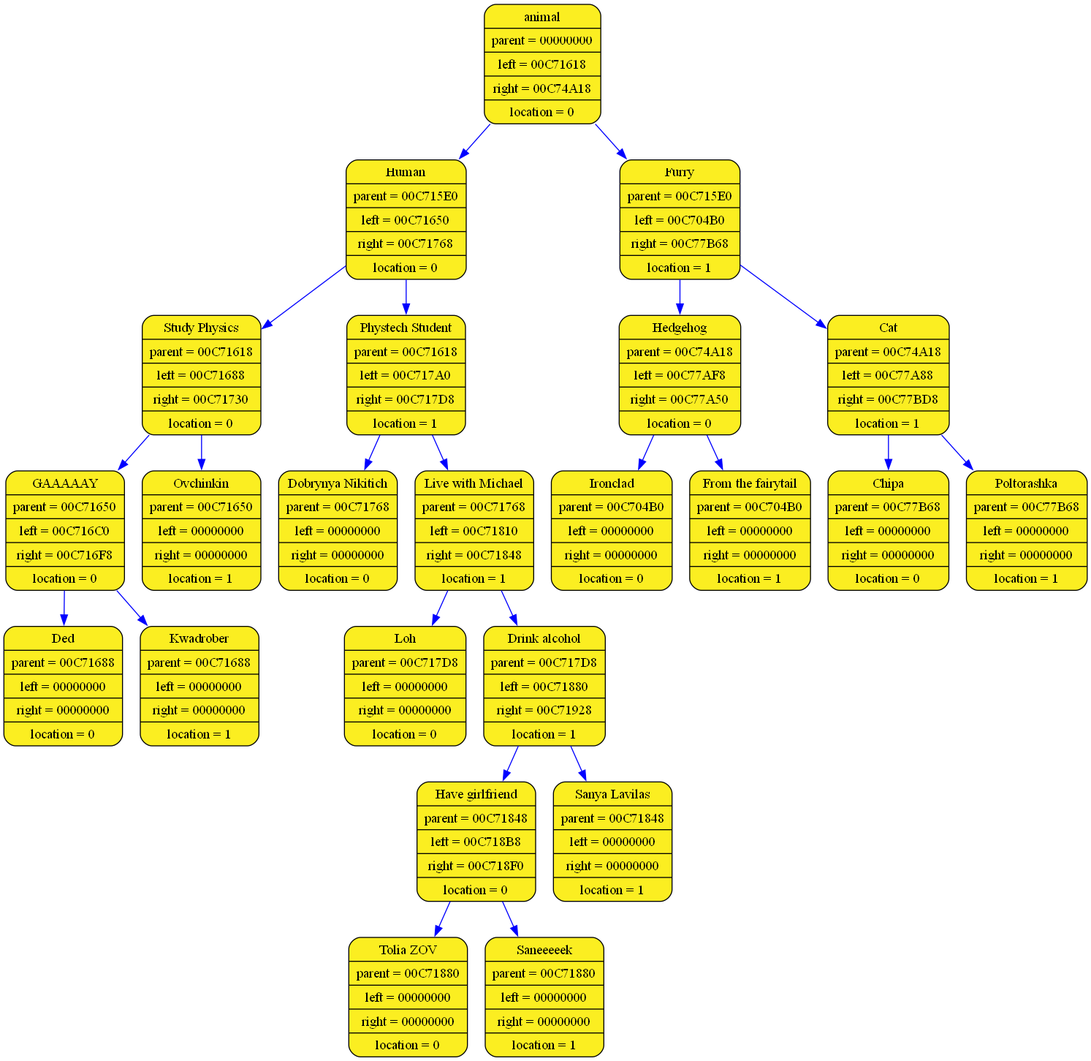
Earlier version of the Graphviz export log_folder_acinator/acinator_graph.png (aywert/ACINATOR). Its source is kept beside it as log_folder_acinator/acinator_graph.dot.
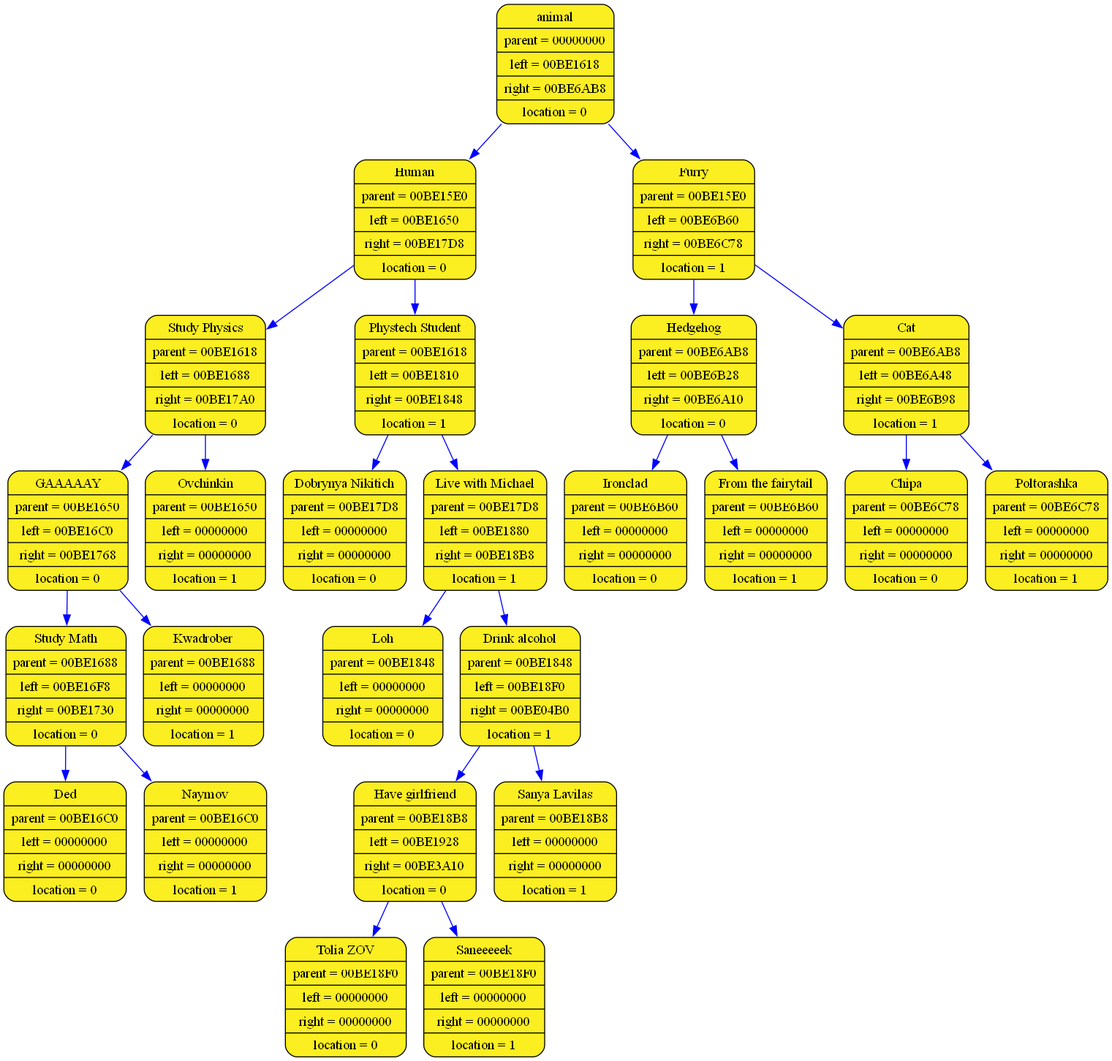
Later version of the same file.

Commit message:
Debugging of some features is done Acinator now works inn the regym of cycle and user can endlessly play with it

The edit, as a diff of the source:
```diff
@@ -1,49 +1,53 @@
 digraph list
 {
 rankdir=HR;
-	13047268 [shape = Mrecord; style = filled; fillcolor="#FBEE21"; color = "#000000"; fontcolor = "#000000"; label = "{ animal| parent = 00000000| left = 00C71618| right = 00C74A18| location = 0}"];
-	13047324 [shape = Mrecord; style = filled; fillcolor="#FBEE21"; color = "#000000"; fontcolor = "#000000"; label = "{ Human| parent = 00C715E0| left = 00C71650| right = 00C71768| location = 0}"];
-	13047268 -> 13047324 [color="blue"]
-	13047380 [shape = Mrecord; style = filled; fillcolor="#FBEE21"; color = "#000000"; fontcolor = "#000000"; label = "{ Study Physics| parent = 00C71618| left = 00C71688| right = 00C71730| location = 0}"];
-	13047324 -> 13047380 [color="blue"]
-	13047436 [shape = Mrecord; style = filled; fillcolor="#FBEE21"; color = "#000000"; fontcolor = "#000000"; label = "{ GAAAAAY| parent = 00C71650| left = 00C716C0| right = 00C716F8| location = 0}"];
-	13047380 -> 13047436 [color="blue"]
-	13047492 [shape = Mrecord; style = filled; fillcolor="#FBEE21"; color = "#000000"; fontcolor = "#000000"; label = "{ Ded| parent = 00C71688| left = 00000000| right = 00000000| location = 0}"];
-	13047436 -> 13047492 [color="blue"]
-	13047548 [shape = Mrecord; style = filled; fillcolor="#FBEE21"; color = "#000000"; fontcolor = "#000000"; label = "{ Kwadrober| parent = 00C71688| left = 00000000| right = 00000000| location = 1}"];
-	13047436 -> 13047548 [color="blue"]
-	13047604 [shape = Mrecord; style = filled; fillcolor="#FBEE21"; color = "#000000"; fontcolor = "#000000"; label = "{ Ovchinkin| parent = 00C71650| left = 00000000| right = 00000000| location = 1}"];
-	13047380 -> 13047604 [color="blue"]
-	13047660 [shape = Mrecord; style = filled; fillcolor="#FBEE21"; color = "#000000"; fontcolor = "#000000"; label = "{ Phystech Student| parent = 00C71618| left = 00C717A0| right = 00C717D8| location = 1}"];
-	13047324 -> 13047660 [color="blue"]
-	13047716 [shape = Mrecord; style = filled; fillcolor="#FBEE21"; color = "#000000"; fontcolor = "#000000"; label = "{ Dobrynya Nikitich| parent = 00C71768| left = 00000000| right = 00000000| location = 0}"];
-	13047660 -> 13047716 [color="blue"]
-	13047772 [shape = Mrecord; style = filled; fillcolor="#FBEE21"; color = "#000000"; fontcolor = "#000000"; label = "{ Live with Michael| parent = 00C71768| left = 00C71810| right = 00C71848| location = 1}"];
-	13047660 -> 13047772 [color="blue"]
-	13047828 [shape = Mrecord; style = filled; fillcolor="#FBEE21"; color = "#000000"; fontcolor = "#000000"; label = "{ Loh| parent = 00C717D8| left = 00000000| right = 00000000| location = 0}"];
-	13047772 -> 13047828 [color="blue"]
-	13047884 [shape = Mrecord; style = filled; fillcolor="#FBEE21"; color = "#000000"; fontcolor = "#000000"; label = "{ Drink alcohol| parent = 00C717D8| left = 00C71880| right = 00C71928| location = 1}"];
-	13047772 -> 13047884 [color="blue"]
-	13047940 [shape = Mrecord; style = filled; fillcolor="#FBEE21"; color = "#000000"; fontcolor = "#000000"; label = "{ Have girlfriend| parent = 00C71848| left = 00C718B8| right = 00C718F0| location = 0}"];
-	13047884 -> 13047940 [color="blue"]
-	13047996 [shape = Mrecord; style = filled; fillcolor="#FBEE21"; color = "#000000"; fontcolor = "#000000"; label = "{ Tolia ZOV| parent = 00C71880| left = 00000000| right = 00000000| location = 0}"];
-	13047940 -> 13047996 [color="blue"]
-	13048052 [shape = Mrecord; style = filled; fillcolor="#FBEE21"; color = "#000000"; fontcolor = "#000000"; label = "{ Saneeeeek| parent = 00C71880| left = 00000000| right = 00000000| location = 1}"];
-	13047940 -> 13048052 [color="blue"]
-	13048108 [shape = Mrecord; style = filled; fillcolor="#FBEE21"; color = "#000000"; fontcolor = "#000000"; label = "{ Sanya Lavilas| parent = 00C71848| left = 00000000| right = 00000000| location = 1}"];
-	13047884 -> 13048108 [color="blue"]
-	13060636 [shape = Mrecord; style = filled; fillcolor="#FBEE21"; color = "#000000"; fontcolor = "#000000"; label = "{ Furry| parent = 00C715E0| left = 00C704B0| right = 00C77B68| location = 1}"];
-	13047268 -> 13060636 [color="blue"]
-	13042868 [shape = Mrecord; style = filled; fillcolor="#FBEE21"; color = "#000000"; fontcolor = "#000000"; label = "{ Hedgehog| parent = 00C74A18| left = 00C77AF8| right = 00C77A50| location = 0}"];
-	13060636 -> 13042868 [color="blue"]
-	13073148 [shape = Mrecord; style = filled; fillcolor="#FBEE21"; color = "#000000"; fontcolor = "#000000"; label = "{ Ironclad| parent = 00C704B0| left = 00000000| right = 00000000| location = 0}"];
-	13042868 -> 13073148 [color="blue"]
-	13072980 [shape = Mrecord; style = filled; fillcolor="#FBEE21"; color = "#000000"; fontcolor = "#000000"; label = "{ From the fairytail| parent = 00C704B0| left = 00000000| right = 00000000| location = 1}"];
-	13042868 -> 13072980 [color="blue"]
-	13073260 [shape = Mrecord; style = filled; fillcolor="#FBEE21"; color = "#000000"; fontcolor = "#000000"; label = "{ Cat| parent = 00C74A18| left = 00C77A88| right = 00C77BD8| location = 1}"];
-	13060636 -> 13073260 [color="blue"]
-	13073036 [shape = Mrecord; style = filled; fillcolor="#FBEE21"; color = "#000000"; fontcolor = "#000000"; label = "{ Chipa| parent = 00C77B68| left = 00000000| right = 00000000| location = 0}"];
-	13073260 -> 13073036 [color="blue"]
-	13073372 [shape = Mrecord; style = filled; fillcolor="#FBEE21"; color = "#000000"; fontcolor = "#000000"; label = "{ Poltorashka| parent = 00C77B68| left = 00000000| right = 00000000| location = 1}"];
-	13073260 -> 13073372 [color="blue"]
+	12457444 [shape = Mrecord; style = filled; fillcolor="#FBEE21"; color = "#000000"; fontcolor = "#000000"; label = "{ animal| parent = 00000000| left = 00BE1618| right = 00BE6AB8| location = 0}"];
+	12457500 [shape = Mrecord; style = filled; fillcolor="#FBEE21"; color = "#000000"; fontcolor = "#000000"; label = "{ Human| parent = 00BE15E0| left = 00BE1650| right = 00BE17D8| location = 0}"];
+	12457444 -> 12457500 [color="blue"]
+	12457556 [shape = Mrecord; style = filled; fillcolor="#FBEE21"; color = "#000000"; fontcolor = "#000000"; label = "{ Study Physics| parent = 00BE1618| left = 00BE1688| right = 00BE17A0| location = 0}"];
+	12457500 -> 12457556 [color="blue"]
+	12457612 [shape = Mrecord; style = filled; fillcolor="#FBEE21"; color = "#000000"; fontcolor = "#000000"; label = "{ GAAAAAY| parent = 00BE1650| left = 00BE16C0| right = 00BE1768| location = 0}"];
+	12457556 -> 12457612 [color="blue"]
+	12457668 [shape = Mrecord; style = filled; fillcolor="#FBEE21"; color = "#000000"; fontcolor = "#000000"; label = "{ Study Math| parent = 00BE1688| left = 00BE16F8| right = 00BE1730| location = 0}"];
+	12457612 -> 12457668 [color="blue"]
+	12457724 [shape = Mrecord; style = filled; fillcolor="#FBEE21"; color = "#000000"; fontcolor = "#000000"; label = "{ Ded| parent = 00BE16C0| left = 00000000| right = 00000000| location = 0}"];
+	12457668 -> 12457724 [color="blue"]
+	12457780 [shape = Mrecord; style = filled; fillcolor="#FBEE21"; color = "#000000"; fontcolor = "#000000"; label = "{ Naymov| parent = 00BE16C0| left = 00000000| right = 00000000| location = 1}"];
+	12457668 -> 12457780 [color="blue"]
+	12457836 [shape = Mrecord; style = filled; fillcolor="#FBEE21"; color = "#000000"; fontcolor = "#000000"; label = "{ Kwadrober| parent = 00BE1688| left = 00000000| right = 00000000| location = 1}"];
+	12457612 -> 12457836 [color="blue"]
+	12457892 [shape = Mrecord; style = filled; fillcolor="#FBEE21"; color = "#000000"; fontcolor = "#000000"; label = "{ Ovchinkin| parent = 00BE1650| left = 00000000| right = 00000000| location = 1}"];
+	12457556 -> 12457892 [color="blue"]
+	12457948 [shape = Mrecord; style = filled; fillcolor="#FBEE21"; color = "#000000"; fontcolor = "#000000"; label = "{ Phystech Student| parent = 00BE1618| left = 00BE1810| right = 00BE1848| location = 1}"];
+	12457500 -> 12457948 [color="blue"]
+	12458004 [shape = Mrecord; style = filled; fillcolor="#FBEE21"; color = "#000000"; fontcolor = "#000000"; label = "{ Dobrynya Nikitich| parent = 00BE17D8| left = 00000000| right = 00000000| location = 0}"];
+	12457948 -> 12458004 [color="blue"]
+	12458060 [shape = Mrecord; style = filled; fillcolor="#FBEE21"; color = "#000000"; fontcolor = "#000000"; label = "{ Live with Michael| parent = 00BE17D8| left = 00BE1880| right = 00BE18B8| location = 1}"];
+	12457948 -> 12458060 [color="blue"]
+	12458116 [shape = Mrecord; style = filled; fillcolor="#FBEE21"; color = "#000000"; fontcolor = "#000000"; label = "{ Loh| parent = 00BE1848| left = 00000000| right = 00000000| location = 0}"];
+	12458060 -> 12458116 [color="blue"]
+	12458172 [shape = Mrecord; style = filled; fillcolor="#FBEE21"; color = "#000000"; fontcolor = "#000000"; label = "{ Drink alcohol| parent = 00BE1848| left = 00BE18F0| right = 00BE04B0| location = 1}"];
+	12458060 -> 12458172 [color="blue"]
+	12458228 [shape = Mrecord; style = filled; fillcolor="#FBEE21"; color = "#000000"; fontcolor = "#000000"; label = "{ Have girlfriend| parent = 00BE18B8| left = 00BE1928| right = 00BE3A10| location = 0}"];
+	12458172 -> 12458228 [color="blue"]
+	12458284 [shape = Mrecord; style = filled; fillcolor="#FBEE21"; color = "#000000"; fontcolor = "#000000"; label = "{ Tolia ZOV| parent = 00BE18F0| left = 00000000| right = 00000000| location = 0}"];
+	12458228 -> 12458284 [color="blue"]
+	12466708 [shape = Mrecord; style = filled; fillcolor="#FBEE21"; color = "#000000"; fontcolor = "#000000"; label = "{ Saneeeeek| parent = 00BE18F0| left = 00000000| right = 00000000| location = 1}"];
+	12458228 -> 12466708 [color="blue"]
+	12453044 [shape = Mrecord; style = filled; fillcolor="#FBEE21"; color = "#000000"; fontcolor = "#000000"; label = "{ Sanya Lavilas| parent = 00BE18B8| left = 00000000| right = 00000000| location = 1}"];
+	12458172 -> 12453044 [color="blue"]
+	12479164 [shape = Mrecord; style = filled; fillcolor="#FBEE21"; color = "#000000"; fontcolor = "#000000"; label = "{ Furry| parent = 00BE15E0| left = 00BE6B60| right = 00BE6C78| location = 1}"];
+	12457444 -> 12479164 [color="blue"]
+	12479332 [shape = Mrecord; style = filled; fillcolor="#FBEE21"; color = "#000000"; fontcolor = "#000000"; label = "{ Hedgehog| parent = 00BE6AB8| left = 00BE6B28| right = 00BE6A10| location = 0}"];
+	12479164 -> 12479332 [color="blue"]
+	12479276 [shape = Mrecord; style = filled; fillcolor="#FBEE21"; color = "#000000"; fontcolor = "#000000"; label = "{ Ironclad| parent = 00BE6B60| left = 00000000| right = 00000000| location = 0}"];
+	12479332 -> 12479276 [color="blue"]
+	12478996 [shape = Mrecord; style = filled; fillcolor="#FBEE21"; color = "#000000"; fontcolor = "#000000"; label = "{ From the fairytail| parent = 00BE6B60| left = 00000000| right = 00000000| location = 1}"];
+	12479332 -> 12478996 [color="blue"]
+	12479612 [shape = Mrecord; style = filled; fillcolor="#FBEE21"; color = "#000000"; fontcolor = "#000000"; label = "{ Cat| parent = 00BE6AB8| left = 00BE6A48| right = 00BE6B98| location = 1}"];
+	12479164 -> 12479612 [color="blue"]
+	12479052 [shape = Mrecord; style = filled; fillcolor="#FBEE21"; color = "#000000"; fontcolor = "#000000"; label = "{ Chipa| parent = 00BE6C78| left = 00000000| right = 00000000| location = 0}"];
+	12479612 -> 12479052 [color="blue"]
+	12479388 [shape = Mrecord; style = filled; fillcolor="#FBEE21"; color = "#000000"; fontcolor = "#000000"; label = "{ Poltorashka| parent = 00BE6C78| left = 00000000| right = 00000000| location = 1}"];
+	12479612 -> 12479388 [color="blue"]
 	}
```
